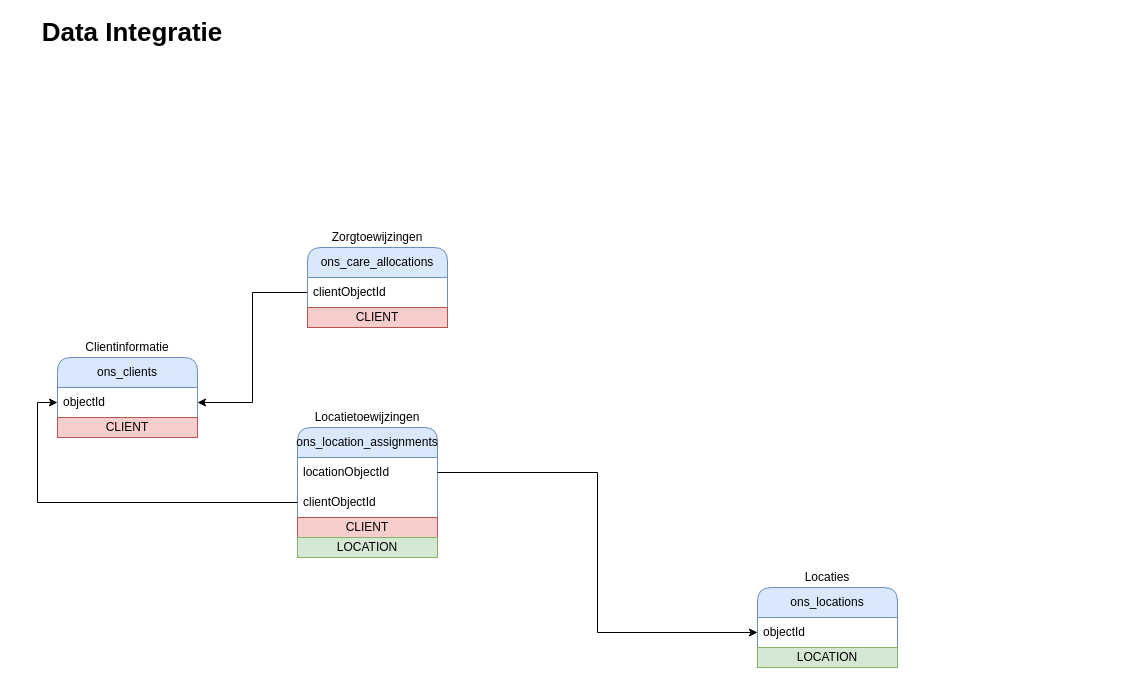
Before: docs/data_integratie.drawio in odionnl/odion-data-platform, a draw.io diagram. Source tidied: cells renumbered, new cells numbered last; positions are measured from the earlier drawing's top-left corner, leaving out a move shared by most shapes. Both pictures are drawn from the tidied source at 100%, with x=0, y=0 at pixel (17, 17).
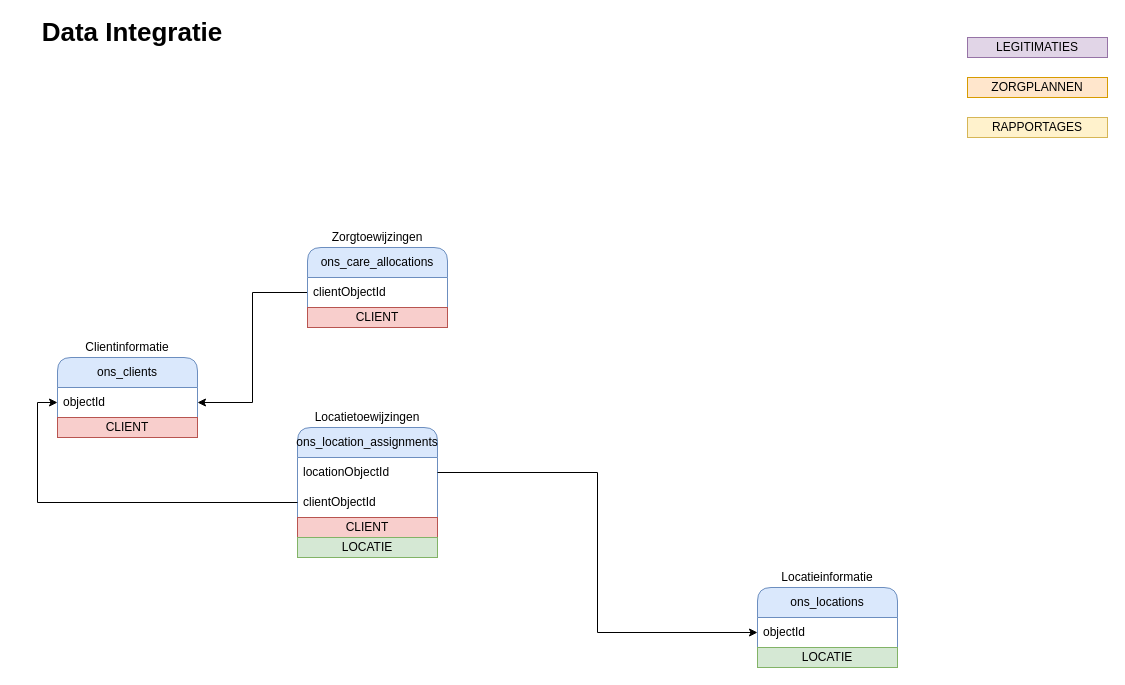
The same page after the edit.

Commit message (it also covers changes not shown here):
update data_flow and data_integratie

Unchanged cells that the change refers to:
```xml
<mxCell id="5" value="ons_location_assignments" style="swimlane;fontStyle=0;horizontal=1;startSize=30;whiteSpace=wrap;html=1;rounded=1;fillColor=#dae8fc;strokeColor=#6c8ebf;" parent="4" vertex="1">
  <mxGeometry y="20" width="140" height="130" as="geometry" />
</mxCell>
<mxCell id="24" style="group;" parent="1" vertex="1">
  <mxGeometry x="740" y="550" width="140" height="100" as="geometry" />
</mxCell>
<mxCell id="25" value="ons_locations" style="swimlane;fontStyle=0;horizontal=1;startSize=30;whiteSpace=wrap;html=1;rounded=1;fillColor=#dae8fc;strokeColor=#6c8ebf;" parent="24" vertex="1">
  <mxGeometry y="20" width="140" height="80" as="geometry" />
</mxCell>
```

The edit, as a diff of the source:
```diff
@@
-    <mxCell id="9" value="LOCATION" style="rounded=0;whiteSpace=wrap;html=1;fillColor=#d5e8d4;strokeColor=#82b366;" parent="5" vertex="1">
+    <mxCell id="9" value="LOCATIE" style="rounded=0;whiteSpace=wrap;html=1;fillColor=#d5e8d4;strokeColor=#82b366;" parent="5" vertex="1">
       <mxGeometry y="110" width="140" height="20" as="geometry" />
     </mxCell>
@@
-    <mxCell id="27" value="LOCATION" style="rounded=0;whiteSpace=wrap;html=1;fillColor=#d5e8d4;strokeColor=#82b366;" parent="25" vertex="1">
+    <mxCell id="27" value="LOCATIE" style="rounded=0;whiteSpace=wrap;html=1;fillColor=#d5e8d4;strokeColor=#82b366;" parent="25" vertex="1">
       <mxGeometry y="60" width="140" height="20" as="geometry" />
     </mxCell>
-    <mxCell id="28" value="Locaties" style="text;html=1;align=center;verticalAlign=middle;whiteSpace=wrap;rounded=0;" parent="24" vertex="1">
+    <mxCell id="28" value="Locatieinformatie" style="text;html=1;align=center;verticalAlign=middle;whiteSpace=wrap;rounded=0;" parent="24" vertex="1">
       <mxGeometry width="140" height="20" as="geometry" />
     </mxCell>
@@
+    <mxCell id="30" value="ZORGPLANNEN" style="rounded=0;whiteSpace=wrap;html=1;fillColor=#ffe6cc;strokeColor=#d79b00;" parent="1" vertex="1">
+      <mxGeometry x="950" y="60" width="140" height="20" as="geometry" />
+    </mxCell>
+    <mxCell id="31" value="RAPPORTAGES" style="rounded=0;whiteSpace=wrap;html=1;fillColor=#fff2cc;strokeColor=#d6b656;" parent="1" vertex="1">
+      <mxGeometry x="950" y="100" width="140" height="20" as="geometry" />
+    </mxCell>
+    <mxCell id="32" value="LEGITIMATIES" style="rounded=0;whiteSpace=wrap;html=1;fillColor=#e1d5e7;strokeColor=#9673a6;" parent="1" vertex="1">
+      <mxGeometry x="950" y="20" width="140" height="20" as="geometry" />
+    </mxCell>
```
